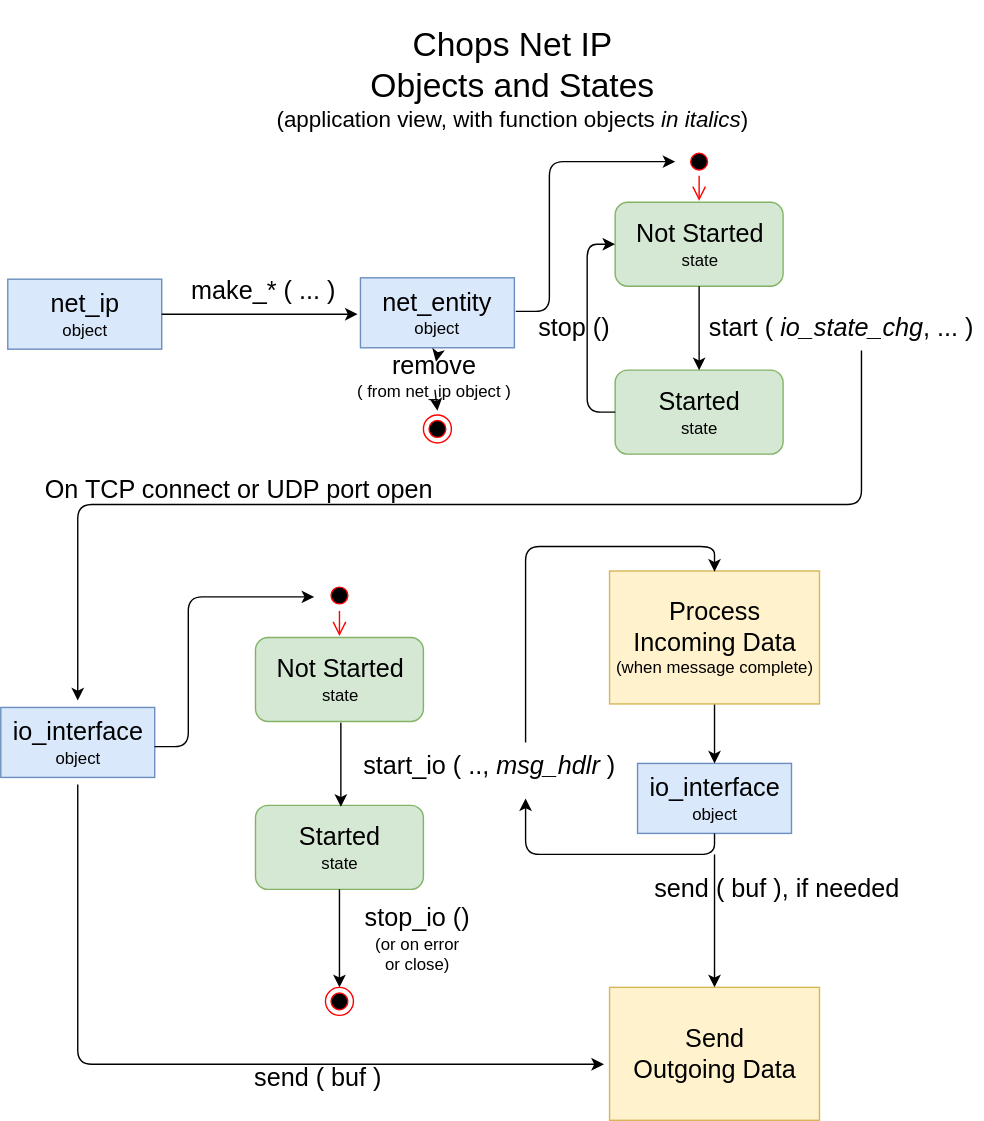
Earlier version of the draw.io export doc/net_ip/object_states_diagram.svg (connectivecpp/chops-net-ip). Source tidied: cells renumbered, new cells last; positions are measured from the earlier drawing's top-left corner, leaving out a move shared by most shapes.
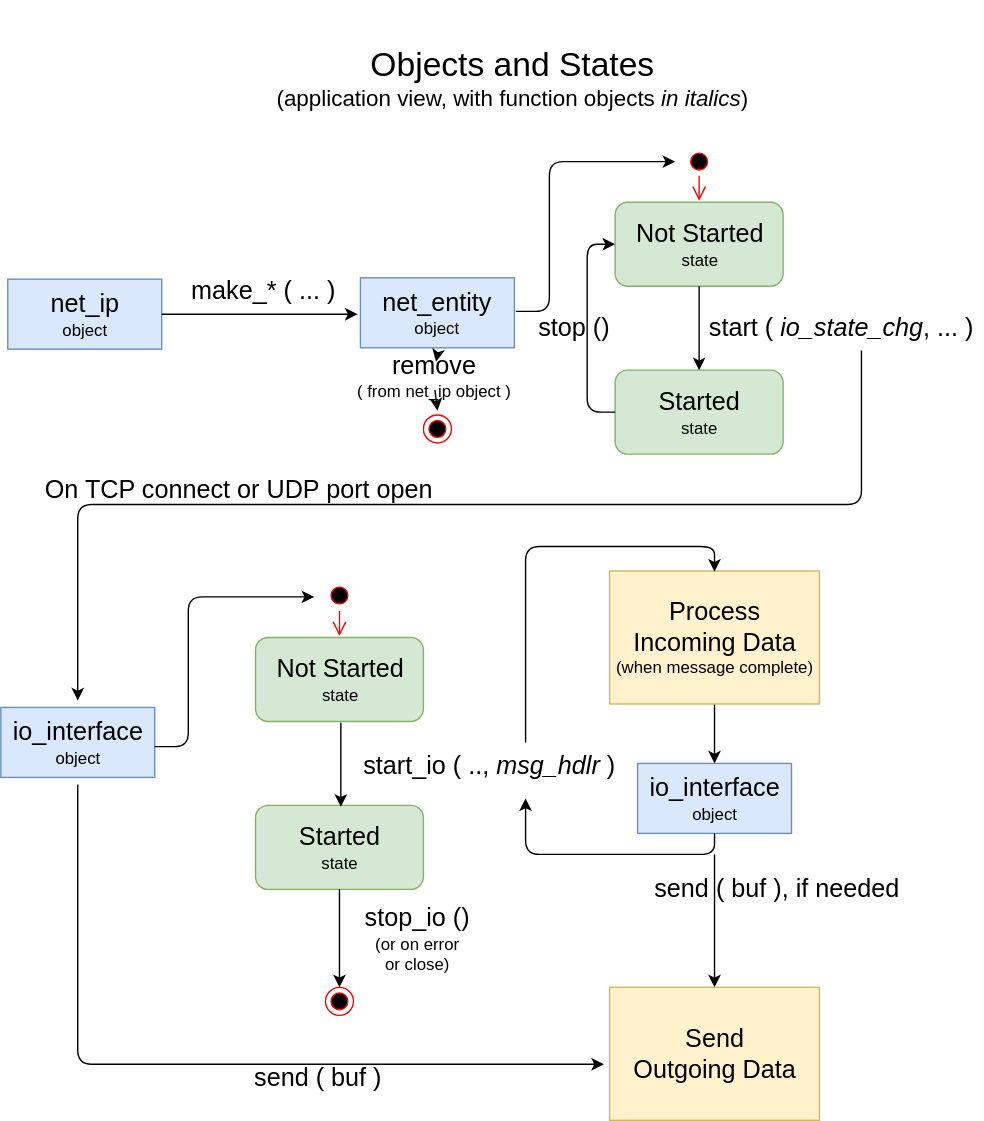
Above is the later version.

The edit, as a diff of the source:
```diff
@@ -54,7 +54,7 @@
     <mxCell id="14" value="&lt;span style=&quot;font-size: 18px&quot;&gt;io_interface&lt;/span&gt;&lt;br&gt;object" style="html=1;fillColor=#dae8fc;strokeColor=#6c8ebf;" parent="1" vertex="1">
       <mxGeometry y="505" width="110" height="50" as="geometry" />
     </mxCell>
-    <mxCell id="15" value="&lt;font style=&quot;font-size: 24px&quot;&gt;Chops Net IP&lt;br&gt;Objects and States&lt;/font&gt;&lt;br&gt;&lt;font style=&quot;font-size: 16px&quot;&gt;(application view, with function objects &lt;i&gt;in italics&lt;/i&gt;)&lt;/font&gt;" style="text;html=1;strokeColor=none;fillColor=none;align=center;verticalAlign=middle;whiteSpace=wrap;rounded=0;" parent="1" vertex="1">
+    <mxCell id="15" value="&lt;font style=&quot;font-size: 24px&quot;&gt;Objects and States&lt;/font&gt;&lt;br&gt;&lt;font style=&quot;font-size: 16px&quot;&gt;(application view, with function objects &lt;i&gt;in italics&lt;/i&gt;)&lt;/font&gt;" style="text;html=1;strokeColor=none;fillColor=none;align=center;verticalAlign=middle;whiteSpace=wrap;rounded=0;" parent="1" vertex="1">
       <mxGeometry x="165" width="400" height="110" as="geometry" />
     </mxCell>
     <mxCell id="16" value="&lt;font style=&quot;font-size: 18px&quot;&gt;Not Started&lt;/font&gt;&lt;br&gt;state&lt;br&gt;" style="rounded=1;whiteSpace=wrap;html=1;fillColor=#d5e8d4;strokeColor=#82b366;" parent="1" vertex="1">
```
